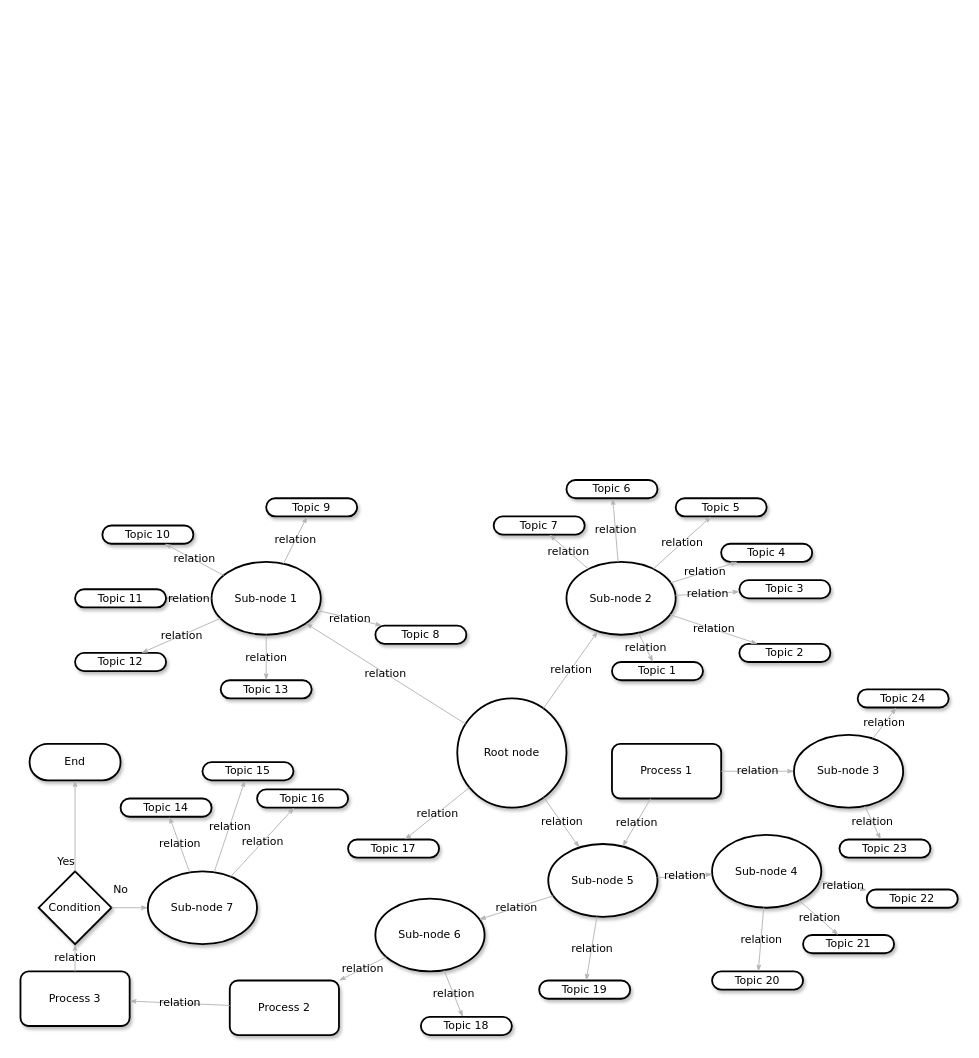
Earlier version of the draw.io diagram 제목 없는 다이어그램.drawio (kook1488/eventapp). Source tidied: cells renumbered, new cells numbered last; positions are measured from the earlier drawing's top-left corner, leaving out a move shared by most shapes. Both pictures are drawn from the tidied source at 91%, with x=0, y=0 at pixel (20, 480).
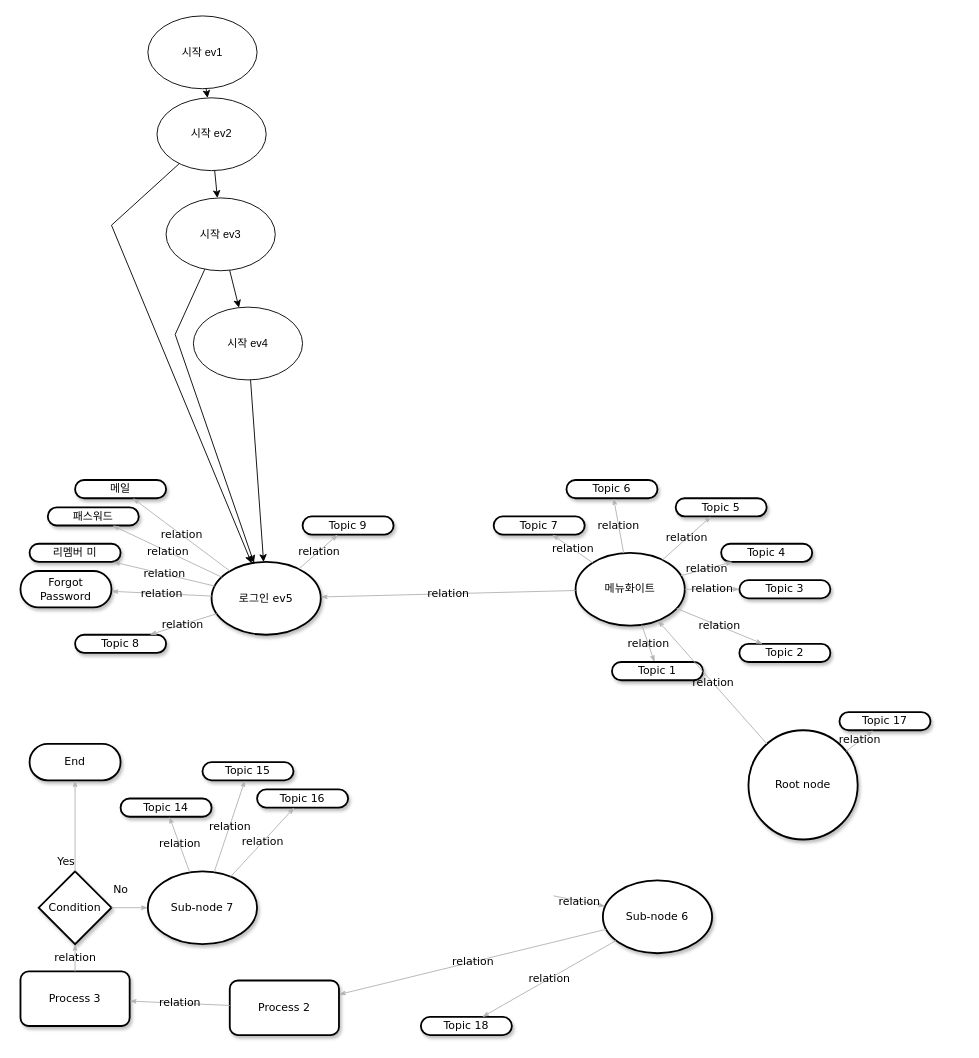
Above is the later version.

What changed in the source:
```diff
@@
-    <mxCell id="2" value="&lt;span&gt;Topic 10&lt;/span&gt;" style="whiteSpace=wrap;html=1;rounded=1;shadow=1;comic=0;labelBackgroundColor=none;strokeWidth=2;fontFamily=Verdana;fontSize=12;align=center;arcSize=50;" parent="1" vertex="1">
-      <mxGeometry x="90" y="50" width="100" height="20" as="geometry" />
+    <mxCell id="2" value="메일" style="whiteSpace=wrap;html=1;rounded=1;shadow=1;comic=0;labelBackgroundColor=none;strokeWidth=2;fontFamily=Verdana;fontSize=12;align=center;arcSize=50;" parent="1" vertex="1">
+      <mxGeometry x="60" width="100" height="20" as="geometry" />
     </mxCell>
-    <mxCell id="3" value="Sub-node 1" style="ellipse;whiteSpace=wrap;html=1;rounded=1;shadow=1;comic=0;labelBackgroundColor=none;strokeWidth=2;fontFamily=Verdana;fontSize=12;align=center;" parent="1" vertex="1">
+    <mxCell id="3" value="로그인 ev5" style="ellipse;whiteSpace=wrap;html=1;rounded=1;shadow=1;comic=0;labelBackgroundColor=none;strokeWidth=2;fontFamily=Verdana;fontSize=12;align=center;" parent="1" vertex="1">
       <mxGeometry x="210" y="90" width="120" height="80" as="geometry" />
     </mxCell>
-    <mxCell id="4" value="&lt;span&gt;Sub-node 2&lt;/span&gt;" style="ellipse;whiteSpace=wrap;html=1;rounded=1;shadow=1;comic=0;labelBackgroundColor=none;strokeWidth=2;fontFamily=Verdana;fontSize=12;align=center;" parent="1" vertex="1">
-      <mxGeometry x="600" y="90" width="120" height="80" as="geometry" />
+    <mxCell id="4" value="메뉴화이트" style="ellipse;whiteSpace=wrap;html=1;rounded=1;shadow=1;comic=0;labelBackgroundColor=none;strokeWidth=2;fontFamily=Verdana;fontSize=12;align=center;" parent="1" vertex="1">
+      <mxGeometry x="610" y="80" width="120" height="80" as="geometry" />
     </mxCell>
     <mxCell id="5" value="Root node" style="ellipse;whiteSpace=wrap;html=1;rounded=1;shadow=1;comic=0;labelBackgroundColor=none;strokeWidth=2;fontFamily=Verdana;fontSize=12;align=center;" parent="1" vertex="1">
-      <mxGeometry x="480" y="240" width="120" height="120" as="geometry" />
+      <mxGeometry x="800" y="275" width="120" height="120" as="geometry" />
     </mxCell>
-    <mxCell id="6" value="&lt;span&gt;Sub-node 5&lt;/span&gt;" style="ellipse;whiteSpace=wrap;html=1;rounded=1;shadow=1;comic=0;labelBackgroundColor=none;strokeWidth=2;fontFamily=Verdana;fontSize=12;align=center;" parent="1" vertex="1">
-      <mxGeometry x="580" y="400" width="120" height="80" as="geometry" />
-    </mxCell>
-    <mxCell id="7" value="&lt;span&gt;Sub-node 4&lt;/span&gt;" style="ellipse;whiteSpace=wrap;html=1;rounded=1;shadow=1;comic=0;labelBackgroundColor=none;strokeWidth=2;fontFamily=Verdana;fontSize=12;align=center;" parent="1" vertex="1">
-      <mxGeometry x="760" y="390" width="120" height="80" as="geometry" />
-    </mxCell>
     <mxCell id="8" value="&lt;span&gt;Sub-node 6&lt;/span&gt;" style="ellipse;whiteSpace=wrap;html=1;rounded=1;shadow=1;comic=0;labelBackgroundColor=none;strokeWidth=2;fontFamily=Verdana;fontSize=12;align=center;" parent="1" vertex="1">
-      <mxGeometry x="390" y="460" width="120" height="80" as="geometry" />
+      <mxGeometry x="640" y="440" width="120" height="80" as="geometry" />
     </mxCell>
-    <mxCell id="9" value="&lt;span&gt;Topic 11&lt;/span&gt;" style="whiteSpace=wrap;html=1;rounded=1;shadow=1;comic=0;labelBackgroundColor=none;strokeWidth=2;fontFamily=Verdana;fontSize=12;align=center;arcSize=50;" parent="1" vertex="1">
-      <mxGeometry x="60" y="120" width="100" height="20" as="geometry" />
+    <mxCell id="9" value="패스워드" style="whiteSpace=wrap;html=1;rounded=1;shadow=1;comic=0;labelBackgroundColor=none;strokeWidth=2;fontFamily=Verdana;fontSize=12;align=center;arcSize=50;" parent="1" vertex="1">
+      <mxGeometry x="30" y="30" width="100" height="20" as="geometry" />
     </mxCell>
-    <mxCell id="10" value="&lt;span&gt;Topic 12&lt;/span&gt;" style="whiteSpace=wrap;html=1;rounded=1;shadow=1;comic=0;labelBackgroundColor=none;strokeWidth=2;fontFamily=Verdana;fontSize=12;align=center;arcSize=50;" parent="1" vertex="1">
-      <mxGeometry x="60" y="190" width="100" height="20" as="geometry" />
+    <mxCell id="10" value="리멤버 미" style="whiteSpace=wrap;html=1;rounded=1;shadow=1;comic=0;labelBackgroundColor=none;strokeWidth=2;fontFamily=Verdana;fontSize=12;align=center;arcSize=50;" parent="1" vertex="1">
+      <mxGeometry x="10" y="70" width="100" height="20" as="geometry" />
     </mxCell>
     <mxCell id="11" value="&lt;span&gt;Topic 9&lt;/span&gt;" style="whiteSpace=wrap;html=1;rounded=1;shadow=1;comic=0;labelBackgroundColor=none;strokeWidth=2;fontFamily=Verdana;fontSize=12;align=center;arcSize=50;" parent="1" vertex="1">
-      <mxGeometry x="270" y="20" width="100" height="20" as="geometry" />
+      <mxGeometry x="310" y="40" width="100" height="20" as="geometry" />
     </mxCell>
@@
-    <mxCell id="13" value="&lt;span&gt;Topic 21&lt;/span&gt;" style="whiteSpace=wrap;html=1;rounded=1;shadow=1;comic=0;labelBackgroundColor=none;strokeWidth=2;fontFamily=Verdana;fontSize=12;align=center;arcSize=50;" parent="1" vertex="1">
-      <mxGeometry x="860" y="500" width="100" height="20" as="geometry" />
-    </mxCell>
-    <mxCell id="14" value="&lt;span&gt;Topic 22&lt;/span&gt;" style="whiteSpace=wrap;html=1;rounded=1;shadow=1;comic=0;labelBackgroundColor=none;strokeWidth=2;fontFamily=Verdana;fontSize=12;align=center;arcSize=50;" parent="1" vertex="1">
-      <mxGeometry x="930" y="450" width="100" height="20" as="geometry" />
-    </mxCell>
@@
-    <mxCell id="21" value="&lt;span&gt;Topic 20&lt;/span&gt;" style="whiteSpace=wrap;html=1;rounded=1;shadow=1;comic=0;labelBackgroundColor=none;strokeWidth=2;fontFamily=Verdana;fontSize=12;align=center;arcSize=50;" parent="1" vertex="1">
-      <mxGeometry x="760" y="540" width="100" height="20" as="geometry" />
-    </mxCell>
@@
-    <mxCell id="30" value="relation" style="edgeStyle=none;rounded=1;html=1;labelBackgroundColor=none;startArrow=none;startFill=0;startSize=5;endArrow=classicThin;endFill=1;endSize=5;jettySize=auto;strokeColor=#B3B3B3;strokeWidth=1;fontFamily=Verdana;fontSize=12;" parent="1" edge="1" source="5" target="3">
+    <mxCell id="30" value="relation" style="edgeStyle=none;rounded=1;html=1;labelBackgroundColor=none;startArrow=none;startFill=0;startSize=5;endArrow=classicThin;endFill=1;endSize=5;jettySize=auto;strokeColor=#B3B3B3;strokeWidth=1;fontFamily=Verdana;fontSize=12;" parent="1" edge="1" source="4" target="3">
       <mxGeometry relative="1" as="geometry" />
     </mxCell>
@@
-    <mxCell id="32" value="relation" style="edgeStyle=none;rounded=1;html=1;labelBackgroundColor=none;startArrow=none;startFill=0;startSize=5;endArrow=classicThin;endFill=1;endSize=5;jettySize=auto;strokeColor=#B3B3B3;strokeWidth=1;fontFamily=Verdana;fontSize=12;" parent="1" edge="1" source="5" target="6">
-      <mxGeometry relative="1" as="geometry" />
-    </mxCell>
-    <mxCell id="33" value="relation" style="edgeStyle=none;rounded=1;html=1;labelBackgroundColor=none;startArrow=none;startFill=0;startSize=5;endArrow=classicThin;endFill=1;endSize=5;jettySize=auto;strokeColor=#B3B3B3;strokeWidth=1;fontFamily=Verdana;fontSize=12;" parent="1" edge="1" source="6" target="8">
-      <mxGeometry relative="1" as="geometry" />
+    <mxCell id="33" value="relation" style="edgeStyle=none;rounded=1;html=1;labelBackgroundColor=none;startArrow=none;startFill=0;startSize=5;endArrow=classicThin;endFill=1;endSize=5;jettySize=auto;strokeColor=#B3B3B3;strokeWidth=1;fontFamily=Verdana;fontSize=12;" parent="1" edge="1" target="8">
+      <mxGeometry relative="1" as="geometry">
+        <mxPoint x="585.6" y="456.9" as="sourcePoint" />
+      </mxGeometry>
     </mxCell>
-    <mxCell id="34" value="relation" style="edgeStyle=none;rounded=1;html=1;labelBackgroundColor=none;startArrow=none;startFill=0;startSize=5;endArrow=classicThin;endFill=1;endSize=5;jettySize=auto;strokeColor=#B3B3B3;strokeWidth=1;fontFamily=Verdana;fontSize=12;" parent="1" edge="1" source="6" target="7">
-      <mxGeometry relative="1" as="geometry" />
-    </mxCell>
-    <mxCell id="35" value="relation" style="edgeStyle=none;rounded=1;html=1;labelBackgroundColor=none;startArrow=none;startFill=0;startSize=5;endArrow=classicThin;endFill=1;endSize=5;jettySize=auto;strokeColor=#B3B3B3;strokeWidth=1;fontFamily=Verdana;fontSize=12;" parent="1" edge="1" source="7" target="14">
-      <mxGeometry relative="1" as="geometry" />
-    </mxCell>
-    <mxCell id="36" value="relation" style="edgeStyle=none;rounded=1;html=1;labelBackgroundColor=none;startArrow=none;startFill=0;startSize=5;endArrow=classicThin;endFill=1;endSize=5;jettySize=auto;strokeColor=#B3B3B3;strokeWidth=1;fontFamily=Verdana;fontSize=12;" parent="1" edge="1" source="7" target="13">
-      <mxGeometry relative="1" as="geometry" />
-    </mxCell>
-    <mxCell id="37" value="relation" style="edgeStyle=none;rounded=1;html=1;labelBackgroundColor=none;startArrow=none;startFill=0;startSize=5;endArrow=classicThin;endFill=1;endSize=5;jettySize=auto;strokeColor=#B3B3B3;strokeWidth=1;fontFamily=Verdana;fontSize=12;" parent="1" edge="1" source="7" target="21">
-      <mxGeometry relative="1" as="geometry" />
-    </mxCell>
@@
-    <mxCell id="49" value="Process 1" style="rounded=1;whiteSpace=wrap;html=1;shadow=1;comic=0;labelBackgroundColor=none;strokeWidth=2;fontFamily=Verdana;fontSize=12;align=center;" parent="1" vertex="1">
-      <mxGeometry x="650" y="290" width="120" height="60" as="geometry" />
-    </mxCell>
-    <mxCell id="50" value="&lt;span&gt;Sub-node 3&lt;/span&gt;" style="ellipse;whiteSpace=wrap;html=1;rounded=1;shadow=1;comic=0;labelBackgroundColor=none;strokeWidth=2;fontFamily=Verdana;fontSize=12;align=center;" parent="1" vertex="1">
-      <mxGeometry x="850" y="280" width="120" height="80" as="geometry" />
-    </mxCell>
-    <mxCell id="51" value="&lt;span&gt;Topic 24&lt;/span&gt;" style="whiteSpace=wrap;html=1;rounded=1;shadow=1;comic=0;labelBackgroundColor=none;strokeWidth=2;fontFamily=Verdana;fontSize=12;align=center;arcSize=50;" parent="1" vertex="1">
-      <mxGeometry x="920" y="230" width="100" height="20" as="geometry" />
-    </mxCell>
-    <mxCell id="52" value="&lt;span&gt;Topic 23&lt;/span&gt;" style="whiteSpace=wrap;html=1;rounded=1;shadow=1;comic=0;labelBackgroundColor=none;strokeWidth=2;fontFamily=Verdana;fontSize=12;align=center;arcSize=50;" parent="1" vertex="1">
-      <mxGeometry x="900" y="395" width="100" height="20" as="geometry" />
-    </mxCell>
     <mxCell id="53" value="&lt;span&gt;Topic 8&lt;/span&gt;" style="whiteSpace=wrap;html=1;rounded=1;shadow=1;comic=0;labelBackgroundColor=none;strokeWidth=2;fontFamily=Verdana;fontSize=12;align=center;arcSize=50;" parent="1" vertex="1">
-      <mxGeometry x="390" y="160" width="100" height="20" as="geometry" />
+      <mxGeometry x="60" y="170" width="100" height="20" as="geometry" />
     </mxCell>
-    <mxCell id="54" value="&lt;span&gt;Topic 13&lt;/span&gt;" style="whiteSpace=wrap;html=1;rounded=1;shadow=1;comic=0;labelBackgroundColor=none;strokeWidth=2;fontFamily=Verdana;fontSize=12;align=center;arcSize=50;" parent="1" vertex="1">
-      <mxGeometry x="220" y="220" width="100" height="20" as="geometry" />
+    <mxCell id="54" value="Forgot Password" style="whiteSpace=wrap;html=1;rounded=1;shadow=1;comic=0;labelBackgroundColor=none;strokeWidth=2;fontFamily=Verdana;fontSize=12;align=center;arcSize=50;" parent="1" vertex="1">
+      <mxGeometry y="100" width="100" height="40" as="geometry" />
     </mxCell>
-    <mxCell id="55" value="&lt;span&gt;Topic 19&lt;/span&gt;" style="whiteSpace=wrap;html=1;rounded=1;shadow=1;comic=0;labelBackgroundColor=none;strokeWidth=2;fontFamily=Verdana;fontSize=12;align=center;arcSize=50;" parent="1" vertex="1">
-      <mxGeometry x="570" y="550" width="100" height="20" as="geometry" />
-    </mxCell>
@@
     <mxCell id="57" value="&lt;span&gt;Topic 17&lt;/span&gt;" style="whiteSpace=wrap;html=1;rounded=1;shadow=1;comic=0;labelBackgroundColor=none;strokeWidth=2;fontFamily=Verdana;fontSize=12;align=center;arcSize=50;" parent="1" vertex="1">
-      <mxGeometry x="360" y="395" width="100" height="20" as="geometry" />
+      <mxGeometry x="900" y="255" width="100" height="20" as="geometry" />
     </mxCell>
@@
-    <mxCell id="60" value="relation" style="edgeStyle=none;rounded=1;html=1;labelBackgroundColor=none;startArrow=none;startFill=0;startSize=5;endArrow=classicThin;endFill=1;endSize=5;jettySize=auto;strokeColor=#B3B3B3;strokeWidth=1;fontFamily=Verdana;fontSize=12;" parent="1" edge="1" source="50" target="51">
-      <mxGeometry relative="1" as="geometry" />
-    </mxCell>
-    <mxCell id="61" value="relation" style="edgeStyle=none;rounded=1;html=1;labelBackgroundColor=none;startArrow=none;startFill=0;startSize=5;endArrow=classicThin;endFill=1;endSize=5;jettySize=auto;strokeColor=#B3B3B3;strokeWidth=1;fontFamily=Verdana;fontSize=12;" parent="1" edge="1" source="50" target="52">
-      <mxGeometry relative="1" as="geometry" />
-    </mxCell>
-    <mxCell id="62" value="relation" style="edgeStyle=none;rounded=1;html=1;labelBackgroundColor=none;startArrow=none;startFill=0;startSize=5;endArrow=classicThin;endFill=1;endSize=5;jettySize=auto;strokeColor=#B3B3B3;strokeWidth=1;fontFamily=Verdana;fontSize=12;" parent="1" edge="1" source="49" target="50">
-      <mxGeometry relative="1" as="geometry" />
-    </mxCell>
-    <mxCell id="63" value="relation" style="edgeStyle=none;rounded=1;html=1;labelBackgroundColor=none;startArrow=none;startFill=0;startSize=5;endArrow=classicThin;endFill=1;endSize=5;jettySize=auto;strokeColor=#B3B3B3;strokeWidth=1;fontFamily=Verdana;fontSize=12;" parent="1" edge="1" source="49" target="6">
-      <mxGeometry relative="1" as="geometry" />
-    </mxCell>
@@
-    <mxCell id="73" value="relation" style="edgeStyle=none;rounded=1;html=1;labelBackgroundColor=none;startArrow=none;startFill=0;startSize=5;endArrow=classicThin;endFill=1;endSize=5;jettySize=auto;strokeColor=#B3B3B3;strokeWidth=1;fontFamily=Verdana;fontSize=12;" parent="1" edge="1" source="6" target="55">
-      <mxGeometry relative="1" as="geometry" />
-    </mxCell>
@@
+    <mxCell id="75" value="시작 ev4" style="ellipse;whiteSpace=wrap;html=1;" parent="1" vertex="1">
+      <mxGeometry x="190" y="-190" width="120" height="80" as="geometry" />
+    </mxCell>
+    <mxCell id="76" value="시작 ev3" style="ellipse;whiteSpace=wrap;html=1;" parent="1" vertex="1">
+      <mxGeometry x="160" y="-310" width="120" height="80" as="geometry" />
+    </mxCell>
+    <mxCell id="77" value="시작 ev2" style="ellipse;whiteSpace=wrap;html=1;" parent="1" vertex="1">
+      <mxGeometry x="150" y="-420" width="120" height="80" as="geometry" />
+    </mxCell>
+    <mxCell id="78" value="시작 ev1" style="ellipse;whiteSpace=wrap;html=1;" parent="1" vertex="1">
+      <mxGeometry x="140" y="-510" width="120" height="80" as="geometry" />
+    </mxCell>
+    <mxCell id="79" style="endArrow=classic;html=1;rounded=0;" parent="1" edge="1" source="78" target="77">
+      <mxGeometry relative="1" as="geometry" />
+    </mxCell>
+    <mxCell id="80" style="endArrow=classic;html=1;rounded=0;" parent="1" edge="1" source="77" target="76">
+      <mxGeometry relative="1" as="geometry" />
+    </mxCell>
+    <mxCell id="81" style="endArrow=classic;html=1;rounded=0;" parent="1" edge="1" source="76" target="75">
+      <mxGeometry relative="1" as="geometry" />
+    </mxCell>
+    <mxCell id="82" style="endArrow=classic;html=1;rounded=0;" parent="1" edge="1" source="75" target="3">
+      <mxGeometry relative="1" as="geometry" />
+    </mxCell>
+    <mxCell id="83" style="endArrow=classic;html=1;rounded=0;" parent="1" edge="1" source="76" target="3">
+      <mxGeometry relative="1" as="geometry">
+        <Array as="points">
+          <mxPoint x="170" y="-160" />
+        </Array>
+      </mxGeometry>
+    </mxCell>
+    <mxCell id="84" style="endArrow=classic;html=1;rounded=0;" parent="1" edge="1" source="77" target="3">
+      <mxGeometry relative="1" as="geometry">
+        <Array as="points">
+          <mxPoint x="100" y="-280" />
+        </Array>
+      </mxGeometry>
+    </mxCell>
```
